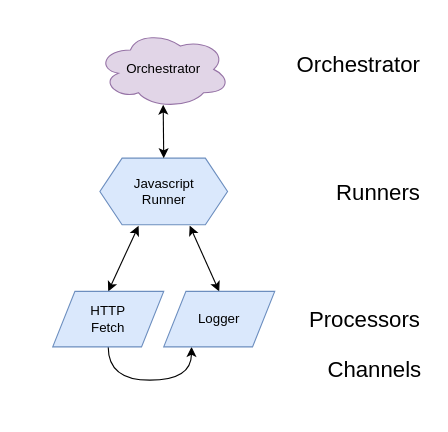
Above: slides/img/pipeline1.drawio in rdf-connect/Tutorial-SEMANTiCS2025 (draw.io), before the change. Source tidied: cells renumbered, new cells numbered last; positions are measured from the earlier drawing's top-left corner, leaving out a move shared by most shapes. Both pictures are drawn from the tidied source at 111%, with x=0, y=0 at pixel (19, 19).
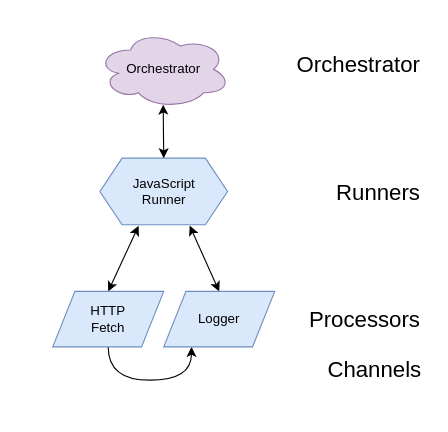
The same page after the edit.

What changed in the source:
```diff
@@
 <mxGraphModel>
   <root>
     <mxCell id="0" />
     <mxCell id="1" parent="0" />
     <mxCell id="2" value="&lt;span style=&quot;font-size: 20px;&quot;&gt;Channels&amp;nbsp;&lt;/span&gt;" style="rounded=0;whiteSpace=wrap;html=1;align=right;fillColor=none;strokeColor=none;" parent="1" vertex="1">
       <mxGeometry y="275" width="370" height="80" as="geometry" />
     </mxCell>
     <mxCell id="3" value="&lt;font style=&quot;font-size: 20px;&quot;&gt;Processors&lt;/font&gt;&amp;nbsp;&amp;nbsp;" style="rounded=0;whiteSpace=wrap;html=1;align=right;fillColor=none;strokeColor=none;" parent="1" vertex="1">
       <mxGeometry x="20" y="230" width="350" height="80" as="geometry" />
     </mxCell>
     <mxCell id="4" value="&lt;span style=&quot;font-size: 20px;&quot;&gt;Runners&lt;/span&gt;&amp;nbsp;&amp;nbsp;" style="rounded=0;whiteSpace=wrap;html=1;align=right;fillColor=none;strokeColor=none;" parent="1" vertex="1">
       <mxGeometry x="30" y="115" width="340" height="80" as="geometry" />
     </mxCell>
     <mxCell id="5" value="&lt;font style=&quot;font-size: 20px;&quot;&gt;Orchestrator&lt;/font&gt;&amp;nbsp;&amp;nbsp;" style="rounded=0;whiteSpace=wrap;html=1;align=right;fillColor=none;strokeColor=none;" parent="1" vertex="1">
       <mxGeometry x="20" width="350" height="80" as="geometry" />
     </mxCell>
     <mxCell id="6" value="Orchestrator" style="ellipse;shape=cloud;whiteSpace=wrap;html=1;fillColor=#e1d5e7;strokeColor=#9673a6;" parent="1" vertex="1">
       <mxGeometry x="70" y="10" width="120" height="70" as="geometry" />
     </mxCell>
     <mxCell id="7" style="edgeStyle=none;rounded=0;jettySize=auto;html=1;exitX=0.303;exitY=1.015;exitDx=0;exitDy=0;entryX=0.5;entryY=0;entryDx=0;entryDy=0;startArrow=classic;startFill=1;exitPerimeter=0;" parent="1" edge="1" source="9" target="13">
       <mxGeometry relative="1" as="geometry" />
     </mxCell>
     <mxCell id="8" style="edgeStyle=none;rounded=0;jettySize=auto;html=1;exitX=0.703;exitY=1.013;exitDx=0;exitDy=0;entryX=0.5;entryY=0;entryDx=0;entryDy=0;startArrow=classic;startFill=1;exitPerimeter=0;" parent="1" edge="1" source="9" target="14">
       <mxGeometry relative="1" as="geometry" />
     </mxCell>
-    <mxCell id="9" value="Javascript&lt;div&gt;Runner&lt;/div&gt;" style="shape=hexagon;perimeter=hexagonPerimeter2;whiteSpace=wrap;html=1;fixedSize=1;fillColor=#dae8fc;strokeColor=#6c8ebf;" parent="1" vertex="1">
+    <mxCell id="9" value="JavaScript&lt;div&gt;Runner&lt;/div&gt;" style="shape=hexagon;perimeter=hexagonPerimeter2;whiteSpace=wrap;html=1;fixedSize=1;fillColor=#dae8fc;strokeColor=#6c8ebf;" parent="1" vertex="1">
       <mxGeometry x="72.5" y="125" width="115" height="60" as="geometry" />
     </mxCell>
     <mxCell id="10" style="endArrow=classic;startArrow=classic;html=1;rounded=0;exitX=0.5;exitY=0;exitDx=0;exitDy=0;entryX=0.496;entryY=0.954;entryDx=0;entryDy=0;entryPerimeter=0;" parent="1" edge="1" source="9" target="6">
       <mxGeometry relative="1" as="geometry" />
     </mxCell>
     <mxCell id="11" style="group;" parent="1" vertex="1">
       <mxGeometry x="30" y="245" width="200" height="80" as="geometry" />
     </mxCell>
     <mxCell id="12" style="edgeStyle=orthogonalEdgeStyle;curved=1;rounded=0;jettySize=auto;html=1;exitX=0.5;exitY=1;exitDx=0;exitDy=0;entryX=0.25;entryY=1;entryDx=0;entryDy=0;" parent="11" edge="1" source="13">
       <mxGeometry relative="1" as="geometry">
         <mxPoint x="125" y="50" as="targetPoint" />
         <Array as="points">
           <mxPoint x="50" y="80" />
           <mxPoint x="125" y="80" />
         </Array>
       </mxGeometry>
     </mxCell>
     <mxCell id="13" value="HTTP&lt;div&gt;Fetch&lt;/div&gt;" style="shape=parallelogram;perimeter=parallelogramPerimeter;whiteSpace=wrap;html=1;fixedSize=1;fillColor=#dae8fc;strokeColor=#6c8ebf;" parent="11" vertex="1">
       <mxGeometry width="100" height="50" as="geometry" />
     </mxCell>
     <mxCell id="14" value="Logger" style="shape=parallelogram;perimeter=parallelogramPerimeter;whiteSpace=wrap;html=1;fixedSize=1;fillColor=#dae8fc;strokeColor=#6c8ebf;" parent="11" vertex="1">
       <mxGeometry x="100" width="100" height="50" as="geometry" />
     </mxCell>
   </root>
 </mxGraphModel>
```
